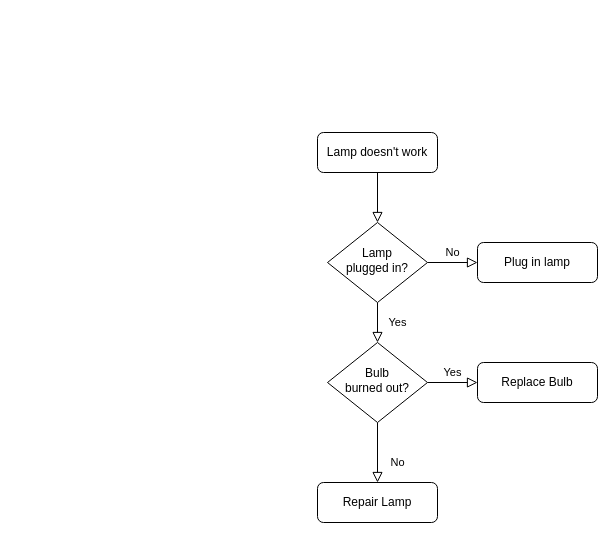
Above: DM会员注册.drawio in luss613/draw.io (draw.io), before the change. Source tidied: cells renumbered, new cells numbered last; positions are measured from the earlier drawing's top-left corner, leaving out a move shared by most shapes. Both pictures are drawn from the tidied source at 100%, with x=0, y=0 at pixel (317, 132).
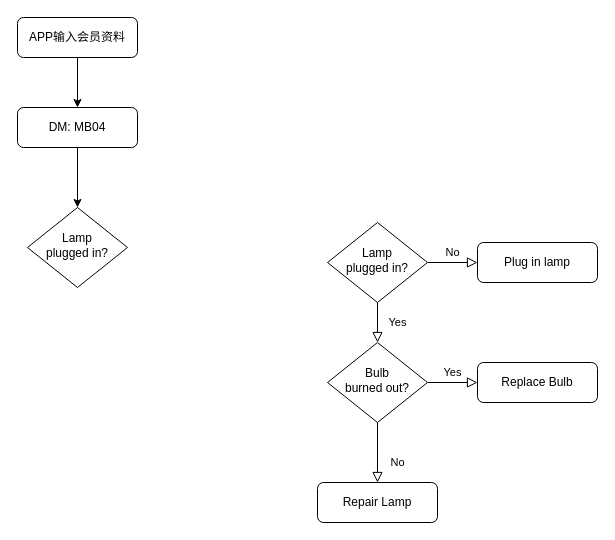
The same page after the edit.

Commit message (it also covers changes not shown here):
更新DM会员注册.drawio

Change to the diagram source:
```diff
@@
 <mxGraphModel>
   <root>
     <mxCell id="0" />
     <mxCell id="1" parent="0" />
-    <mxCell id="2" style="rounded=0;html=1;jettySize=auto;fontSize=11;endArrow=block;endFill=0;endSize=8;strokeWidth=1;shadow=0;labelBackgroundColor=none;edgeStyle=orthogonalEdgeStyle;" parent="1" edge="1" source="3" target="6">
-      <mxGeometry relative="1" as="geometry" />
-    </mxCell>
+    <mxCell id="13" style="edgeStyle=orthogonalEdgeStyle;rounded=0;jettySize=auto;html=1;" parent="1" edge="1" source="3" target="15">
+      <mxGeometry relative="1" as="geometry" />
+    </mxCell>
-    <mxCell id="3" value="Lamp doesn't work" style="rounded=1;whiteSpace=wrap;html=1;fontSize=12;glass=0;strokeWidth=1;shadow=0;" parent="1" vertex="1">
-      <mxGeometry width="120" height="40" as="geometry" />
+    <mxCell id="3" value="APP输入会员资料" style="rounded=1;whiteSpace=wrap;html=1;fontSize=12;glass=0;strokeWidth=1;shadow=0;" parent="1" vertex="1">
+      <mxGeometry x="-300" y="-115" width="120" height="40" as="geometry" />
     </mxCell>
     <mxCell id="4" value="Yes" style="rounded=0;html=1;jettySize=auto;fontSize=11;endArrow=block;endFill=0;endSize=8;strokeWidth=1;shadow=0;labelBackgroundColor=none;edgeStyle=orthogonalEdgeStyle;" parent="1" edge="1" source="6" target="10">
       <mxGeometry y="20" relative="1" as="geometry" />
     </mxCell>
     <mxCell id="5" value="No" style="edgeStyle=orthogonalEdgeStyle;rounded=0;html=1;jettySize=auto;fontSize=11;endArrow=block;endFill=0;endSize=8;strokeWidth=1;shadow=0;labelBackgroundColor=none;" parent="1" edge="1" source="6" target="7">
       <mxGeometry y="10" relative="1" as="geometry" />
     </mxCell>
     <mxCell id="6" value="Lamp&lt;br&gt;plugged in?" style="rhombus;whiteSpace=wrap;html=1;shadow=0;fontFamily=Helvetica;fontSize=12;align=center;strokeWidth=1;spacing=6;spacingTop=-4;" parent="1" vertex="1">
       <mxGeometry x="10" y="90" width="100" height="80" as="geometry" />
     </mxCell>
     <mxCell id="7" value="Plug in lamp" style="rounded=1;whiteSpace=wrap;html=1;fontSize=12;glass=0;strokeWidth=1;shadow=0;" parent="1" vertex="1">
       <mxGeometry x="160" y="110" width="120" height="40" as="geometry" />
     </mxCell>
     <mxCell id="8" value="No" style="rounded=0;html=1;jettySize=auto;fontSize=11;endArrow=block;endFill=0;endSize=8;strokeWidth=1;shadow=0;labelBackgroundColor=none;edgeStyle=orthogonalEdgeStyle;" parent="1" edge="1" source="10" target="11">
       <mxGeometry x="0.33" y="20" relative="1" as="geometry" />
     </mxCell>
     <mxCell id="9" value="Yes" style="edgeStyle=orthogonalEdgeStyle;rounded=0;html=1;jettySize=auto;fontSize=11;endArrow=block;endFill=0;endSize=8;strokeWidth=1;shadow=0;labelBackgroundColor=none;" parent="1" edge="1" source="10" target="12">
       <mxGeometry y="10" relative="1" as="geometry" />
     </mxCell>
     <mxCell id="10" value="Bulb&lt;br&gt;burned out?" style="rhombus;whiteSpace=wrap;html=1;shadow=0;fontFamily=Helvetica;fontSize=12;align=center;strokeWidth=1;spacing=6;spacingTop=-4;" parent="1" vertex="1">
       <mxGeometry x="10" y="210" width="100" height="80" as="geometry" />
     </mxCell>
     <mxCell id="11" value="Repair Lamp" style="rounded=1;whiteSpace=wrap;html=1;fontSize=12;glass=0;strokeWidth=1;shadow=0;" parent="1" vertex="1">
       <mxGeometry y="350" width="120" height="40" as="geometry" />
     </mxCell>
     <mxCell id="12" value="Replace Bulb" style="rounded=1;whiteSpace=wrap;html=1;fontSize=12;glass=0;strokeWidth=1;shadow=0;" parent="1" vertex="1">
       <mxGeometry x="160" y="230" width="120" height="40" as="geometry" />
     </mxCell>
+    <mxCell id="14" style="edgeStyle=orthogonalEdgeStyle;rounded=0;jettySize=auto;html=1;" parent="1" edge="1" source="15" target="16">
+      <mxGeometry relative="1" as="geometry" />
+    </mxCell>
+    <mxCell id="15" value="DM: MB04" style="rounded=1;whiteSpace=wrap;html=1;" parent="1" vertex="1">
+      <mxGeometry x="-300" y="-25" width="120" height="40" as="geometry" />
+    </mxCell>
+    <mxCell id="16" value="Lamp&lt;br&gt;plugged in?" style="rhombus;whiteSpace=wrap;html=1;shadow=0;fontFamily=Helvetica;fontSize=12;align=center;strokeWidth=1;spacing=6;spacingTop=-4;" parent="1" vertex="1">
+      <mxGeometry x="-290" y="75" width="100" height="80" as="geometry" />
+    </mxCell>
   </root>
 </mxGraphModel>
```
